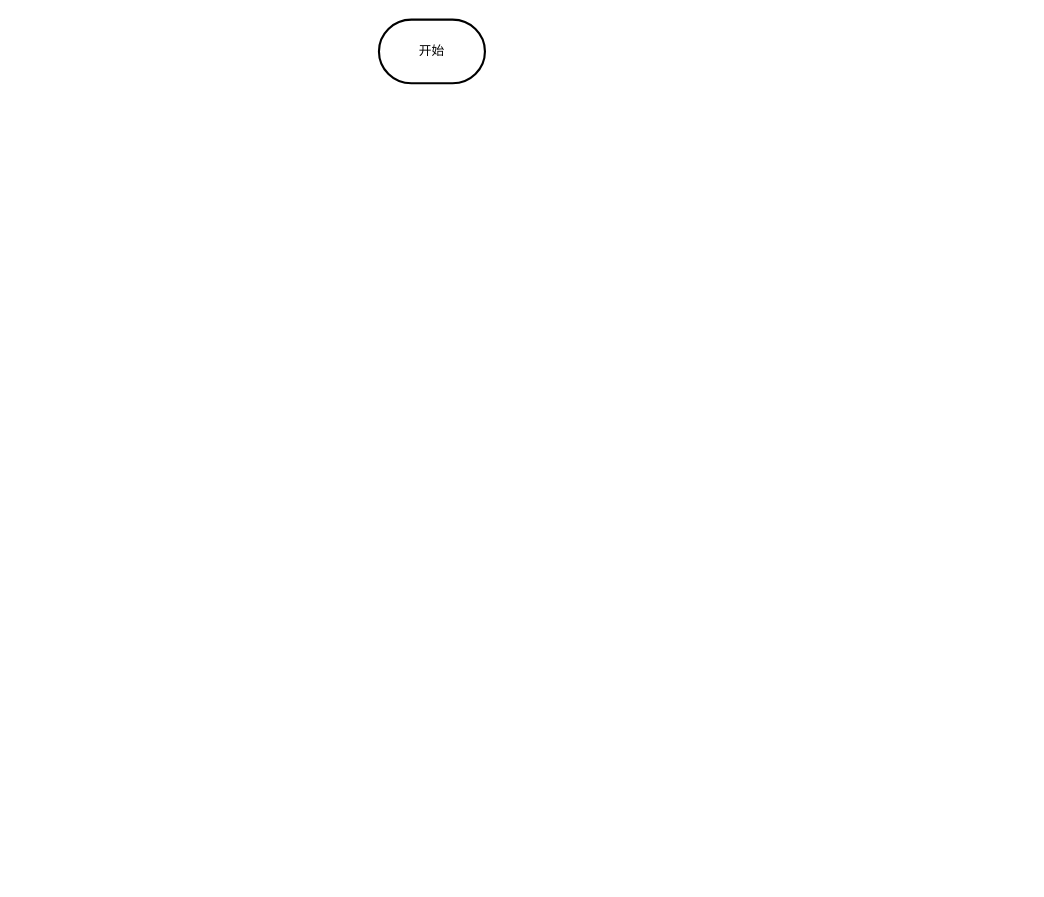
Above: page "Main函数" (3 of 6) of Diagram Tanpa Judul.drawio in huangbaozhi/UML (draw.io), before the change. Source tidied: cells renumbered, new cells numbered last; positions are measured from the earlier drawing's top-left corner, leaving out a move shared by most shapes. Both pictures are drawn from the tidied source at 106%, with x=0, y=0 at pixel (378, 19).
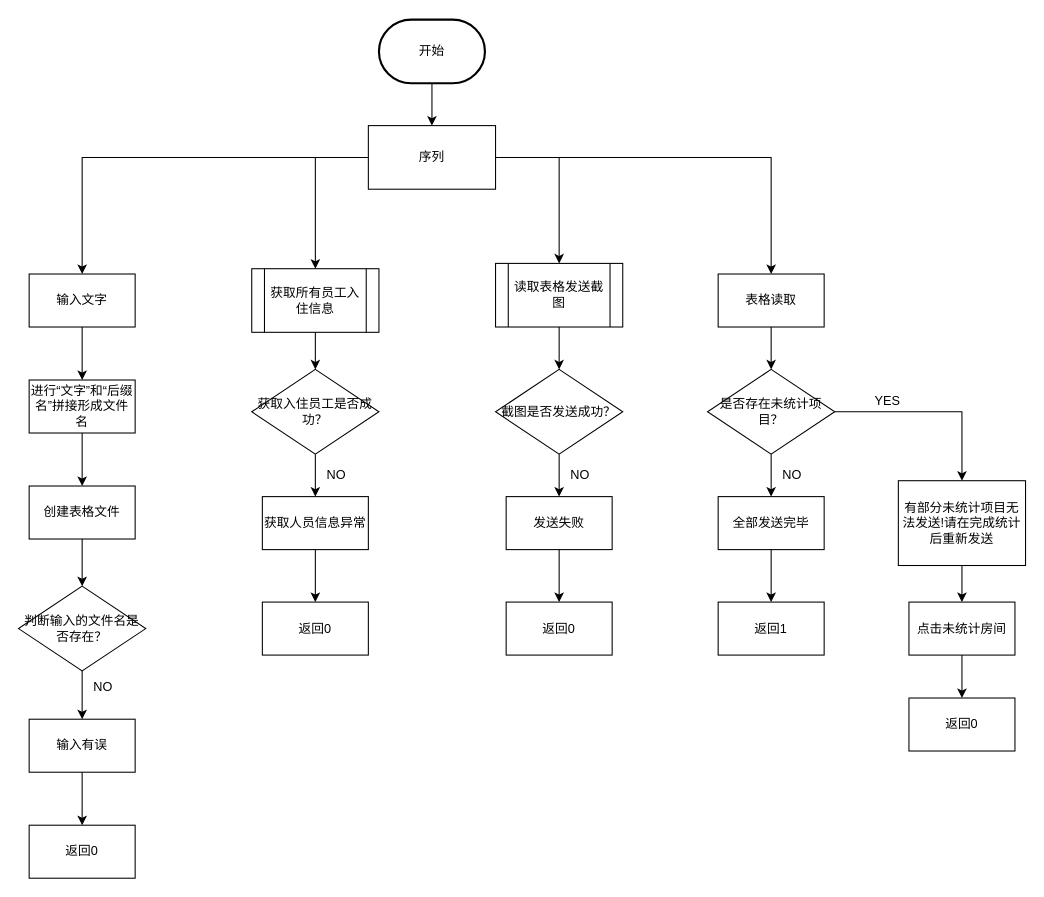
The same page after the edit.

The change refers to these unchanged cells:
```xml
<mxCell id="2" value="开始" style="strokeWidth=2;html=1;shape=mxgraph.flowchart.terminator;whiteSpace=wrap;" parent="1" vertex="1">
  <mxGeometry width="100" height="60" as="geometry" />
</mxCell>
```

Change to the diagram source:
```diff
@@
+    <mxCell id="3" style="edgeStyle=orthogonalEdgeStyle;rounded=0;jettySize=auto;html=1;" parent="1" edge="1" source="2" target="8">
+      <mxGeometry relative="1" as="geometry" />
+    </mxCell>
@@
+    <mxCell id="4" style="edgeStyle=orthogonalEdgeStyle;rounded=0;jettySize=auto;html=1;entryX=0.5;entryY=0;entryDx=0;entryDy=0;" parent="1" edge="1" source="8" target="10">
+      <mxGeometry relative="1" as="geometry" />
+    </mxCell>
+    <mxCell id="5" style="edgeStyle=orthogonalEdgeStyle;rounded=0;jettySize=auto;html=1;" parent="1" edge="1" source="8" target="36">
+      <mxGeometry relative="1" as="geometry">
+        <Array as="points">
+          <mxPoint x="-60" y="130" />
+        </Array>
+      </mxGeometry>
+    </mxCell>
+    <mxCell id="6" style="edgeStyle=orthogonalEdgeStyle;rounded=0;jettySize=auto;html=1;entryX=0.5;entryY=0;entryDx=0;entryDy=0;" parent="1" edge="1" source="8" target="38">
+      <mxGeometry relative="1" as="geometry">
+        <Array as="points">
+          <mxPoint x="170" y="130" />
+        </Array>
+      </mxGeometry>
+    </mxCell>
+    <mxCell id="7" style="edgeStyle=orthogonalEdgeStyle;rounded=0;jettySize=auto;html=1;entryX=0.5;entryY=0;entryDx=0;entryDy=0;" parent="1" edge="1" source="8" target="34">
+      <mxGeometry relative="1" as="geometry" />
+    </mxCell>
+    <mxCell id="8" value="序列" style="rounded=0;whiteSpace=wrap;html=1;" parent="1" vertex="1">
+      <mxGeometry x="-10" y="100" width="120" height="60" as="geometry" />
+    </mxCell>
+    <mxCell id="9" style="edgeStyle=orthogonalEdgeStyle;rounded=0;jettySize=auto;html=1;" parent="1" edge="1" source="10" target="12">
+      <mxGeometry relative="1" as="geometry" />
+    </mxCell>
+    <mxCell id="10" value="输入文字" style="rounded=0;whiteSpace=wrap;html=1;" parent="1" vertex="1">
+      <mxGeometry x="-330" y="240" width="100" height="50" as="geometry" />
+    </mxCell>
+    <mxCell id="11" style="edgeStyle=orthogonalEdgeStyle;rounded=0;jettySize=auto;html=1;" parent="1" edge="1" source="12" target="14">
+      <mxGeometry relative="1" as="geometry" />
+    </mxCell>
+    <mxCell id="12" value="进行“文字”和“后缀名”拼接形成文件名" style="rounded=0;whiteSpace=wrap;html=1;" parent="1" vertex="1">
+      <mxGeometry x="-330" y="340" width="100" height="50" as="geometry" />
+    </mxCell>
+    <mxCell id="13" style="edgeStyle=orthogonalEdgeStyle;rounded=0;jettySize=auto;html=1;" parent="1" edge="1" source="14" target="16">
+      <mxGeometry relative="1" as="geometry" />
+    </mxCell>
+    <mxCell id="14" value="创建表格文件" style="rounded=0;whiteSpace=wrap;html=1;" parent="1" vertex="1">
+      <mxGeometry x="-330" y="440" width="100" height="50" as="geometry" />
+    </mxCell>
+    <mxCell id="15" style="edgeStyle=orthogonalEdgeStyle;rounded=0;jettySize=auto;html=1;" parent="1" edge="1" source="16" target="18">
+      <mxGeometry relative="1" as="geometry" />
+    </mxCell>
+    <mxCell id="16" value="判断输入的文件名是否存在？" style="rhombus;whiteSpace=wrap;html=1;" parent="1" vertex="1">
+      <mxGeometry x="-340" y="534.5" width="120" height="80" as="geometry" />
+    </mxCell>
+    <mxCell id="17" style="edgeStyle=orthogonalEdgeStyle;rounded=0;jettySize=auto;html=1;" parent="1" edge="1" source="18" target="19">
+      <mxGeometry relative="1" as="geometry" />
+    </mxCell>
+    <mxCell id="18" value="输入有误" style="rounded=0;whiteSpace=wrap;html=1;" parent="1" vertex="1">
+      <mxGeometry x="-330" y="660" width="100" height="50" as="geometry" />
+    </mxCell>
+    <mxCell id="19" value="返回0" style="rounded=0;whiteSpace=wrap;html=1;" parent="1" vertex="1">
+      <mxGeometry x="-330" y="760" width="100" height="50" as="geometry" />
+    </mxCell>
+    <mxCell id="20" value="NO" style="text;html=1;strokeColor=none;fillColor=none;align=center;verticalAlign=middle;whiteSpace=wrap;rounded=0;" parent="1" vertex="1">
+      <mxGeometry x="-280" y="620" width="40" height="20" as="geometry" />
+    </mxCell>
+    <mxCell id="21" style="edgeStyle=orthogonalEdgeStyle;rounded=0;jettySize=auto;html=1;" parent="1" edge="1" source="22" target="26">
+      <mxGeometry relative="1" as="geometry" />
+    </mxCell>
+    <mxCell id="22" value="获取人员信息异常" style="rounded=0;whiteSpace=wrap;html=1;" parent="1" vertex="1">
+      <mxGeometry x="-110" y="450" width="100" height="50" as="geometry" />
+    </mxCell>
+    <mxCell id="23" style="edgeStyle=orthogonalEdgeStyle;rounded=0;jettySize=auto;html=1;" parent="1" edge="1" source="24" target="22">
+      <mxGeometry relative="1" as="geometry" />
+    </mxCell>
+    <mxCell id="24" value="获取入住员工是否成功？" style="rhombus;whiteSpace=wrap;html=1;" parent="1" vertex="1">
+      <mxGeometry x="-120" y="330" width="120" height="80" as="geometry" />
+    </mxCell>
+    <mxCell id="25" value="NO" style="text;html=1;strokeColor=none;fillColor=none;align=center;verticalAlign=middle;whiteSpace=wrap;rounded=0;" parent="1" vertex="1">
+      <mxGeometry x="-60" y="420" width="40" height="20" as="geometry" />
+    </mxCell>
+    <mxCell id="26" value="返回0" style="rounded=0;whiteSpace=wrap;html=1;" parent="1" vertex="1">
+      <mxGeometry x="-110" y="549.5" width="100" height="50" as="geometry" />
+    </mxCell>
+    <mxCell id="27" style="edgeStyle=orthogonalEdgeStyle;rounded=0;jettySize=auto;html=1;" parent="1" edge="1" source="28" target="30">
+      <mxGeometry relative="1" as="geometry" />
+    </mxCell>
+    <mxCell id="28" value="截图是否发送成功？" style="rhombus;whiteSpace=wrap;html=1;" parent="1" vertex="1">
+      <mxGeometry x="110" y="330" width="120" height="80" as="geometry" />
+    </mxCell>
+    <mxCell id="29" style="edgeStyle=orthogonalEdgeStyle;rounded=0;jettySize=auto;html=1;" parent="1" edge="1" source="30" target="31">
+      <mxGeometry relative="1" as="geometry" />
+    </mxCell>
+    <mxCell id="30" value="发送失败" style="rounded=0;whiteSpace=wrap;html=1;" parent="1" vertex="1">
+      <mxGeometry x="120" y="450" width="100" height="50" as="geometry" />
+    </mxCell>
+    <mxCell id="31" value="返回0" style="rounded=0;whiteSpace=wrap;html=1;" parent="1" vertex="1">
+      <mxGeometry x="120" y="549.5" width="100" height="50" as="geometry" />
+    </mxCell>
+    <mxCell id="32" value="NO" style="text;html=1;strokeColor=none;fillColor=none;align=center;verticalAlign=middle;whiteSpace=wrap;rounded=0;" parent="1" vertex="1">
+      <mxGeometry x="170" y="420" width="40" height="20" as="geometry" />
+    </mxCell>
+    <mxCell id="33" style="edgeStyle=orthogonalEdgeStyle;rounded=0;jettySize=auto;html=1;" parent="1" edge="1" source="34" target="41">
+      <mxGeometry relative="1" as="geometry" />
+    </mxCell>
+    <mxCell id="34" value="表格读取" style="rounded=0;whiteSpace=wrap;html=1;" parent="1" vertex="1">
+      <mxGeometry x="320" y="240" width="100" height="50" as="geometry" />
+    </mxCell>
+    <mxCell id="35" style="edgeStyle=orthogonalEdgeStyle;rounded=0;jettySize=auto;html=1;" parent="1" edge="1" source="36" target="24">
+      <mxGeometry relative="1" as="geometry" />
+    </mxCell>
+    <mxCell id="36" value="&lt;span&gt;获取所有员工入住信息&lt;/span&gt;" style="shape=process;whiteSpace=wrap;html=1;backgroundOutline=1;" parent="1" vertex="1">
+      <mxGeometry x="-120" y="235" width="120" height="60" as="geometry" />
+    </mxCell>
+    <mxCell id="37" style="edgeStyle=orthogonalEdgeStyle;rounded=0;jettySize=auto;html=1;" parent="1" edge="1" source="38" target="28">
+      <mxGeometry relative="1" as="geometry" />
+    </mxCell>
+    <mxCell id="38" value="读取表格发送截图" style="shape=process;whiteSpace=wrap;html=1;backgroundOutline=1;" parent="1" vertex="1">
+      <mxGeometry x="110" y="230" width="120" height="60" as="geometry" />
+    </mxCell>
+    <mxCell id="39" style="edgeStyle=orthogonalEdgeStyle;rounded=0;jettySize=auto;html=1;" parent="1" edge="1" source="41" target="43">
+      <mxGeometry relative="1" as="geometry" />
+    </mxCell>
+    <mxCell id="40" style="edgeStyle=orthogonalEdgeStyle;rounded=0;jettySize=auto;html=1;entryX=0.5;entryY=0;entryDx=0;entryDy=0;" parent="1" edge="1" source="41" target="47">
+      <mxGeometry relative="1" as="geometry" />
+    </mxCell>
+    <mxCell id="41" value="是否存在未统计项目？" style="rhombus;whiteSpace=wrap;html=1;" parent="1" vertex="1">
+      <mxGeometry x="310" y="330" width="120" height="80" as="geometry" />
+    </mxCell>
+    <mxCell id="42" style="edgeStyle=orthogonalEdgeStyle;rounded=0;jettySize=auto;html=1;" parent="1" edge="1" source="43" target="45">
+      <mxGeometry relative="1" as="geometry" />
+    </mxCell>
+    <mxCell id="43" value="全部发送完毕" style="rounded=0;whiteSpace=wrap;html=1;" parent="1" vertex="1">
+      <mxGeometry x="320" y="450" width="100" height="50" as="geometry" />
+    </mxCell>
+    <mxCell id="44" value="NO" style="text;html=1;strokeColor=none;fillColor=none;align=center;verticalAlign=middle;whiteSpace=wrap;rounded=0;" parent="1" vertex="1">
+      <mxGeometry x="370" y="420" width="40" height="20" as="geometry" />
+    </mxCell>
+    <mxCell id="45" value="返回1" style="rounded=0;whiteSpace=wrap;html=1;" parent="1" vertex="1">
+      <mxGeometry x="320" y="549.5" width="100" height="50" as="geometry" />
+    </mxCell>
+    <mxCell id="46" style="edgeStyle=orthogonalEdgeStyle;rounded=0;jettySize=auto;html=1;" parent="1" edge="1" source="47" target="50">
+      <mxGeometry relative="1" as="geometry" />
+    </mxCell>
+    <mxCell id="47" value="有部分未统计项目无法发送!请在完成统计后重新发送" style="rounded=0;whiteSpace=wrap;html=1;" parent="1" vertex="1">
+      <mxGeometry x="490" y="435" width="120" height="80" as="geometry" />
+    </mxCell>
+    <mxCell id="48" value="YES" style="text;html=1;strokeColor=none;fillColor=none;align=center;verticalAlign=middle;whiteSpace=wrap;rounded=0;" parent="1" vertex="1">
+      <mxGeometry x="460" y="350" width="40" height="20" as="geometry" />
+    </mxCell>
+    <mxCell id="49" style="edgeStyle=orthogonalEdgeStyle;rounded=0;jettySize=auto;html=1;" parent="1" edge="1" source="50" target="51">
+      <mxGeometry relative="1" as="geometry" />
+    </mxCell>
+    <mxCell id="50" value="点击未统计房间" style="rounded=0;whiteSpace=wrap;html=1;" parent="1" vertex="1">
+      <mxGeometry x="500" y="549.5" width="100" height="50" as="geometry" />
+    </mxCell>
+    <mxCell id="51" value="返回0" style="rounded=0;whiteSpace=wrap;html=1;" parent="1" vertex="1">
+      <mxGeometry x="500" y="640" width="100" height="50" as="geometry" />
+    </mxCell>
```
